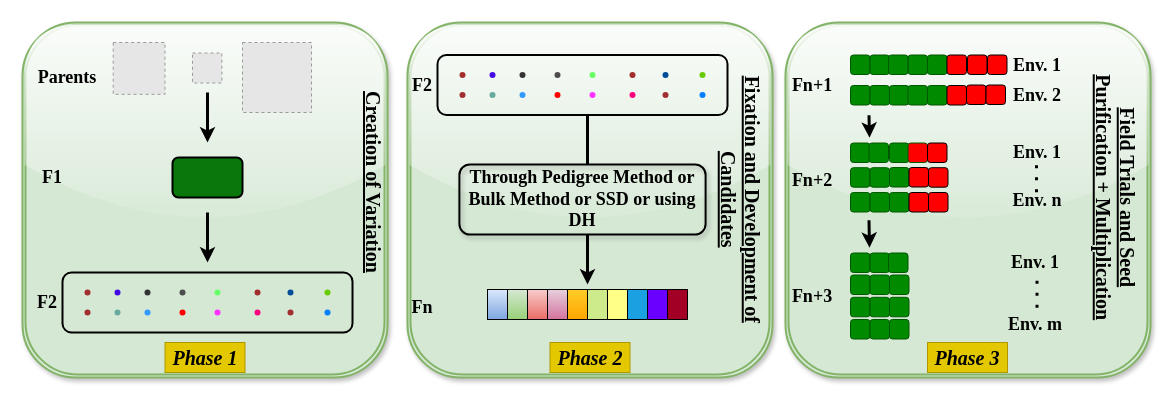
Before: vit_presentation.drawio in ravindra2859/Figure_Poster, a draw.io diagram. Source tidied: cells renumbered, new cells numbered last; positions are measured from the earlier drawing's top-left corner, leaving out a move shared by most shapes. Both pictures are drawn from the tidied source at 100%, with x=0, y=0 at pixel (22, 22). Pictures stored in the file or linked from it are replaced by grey dashed boxes.
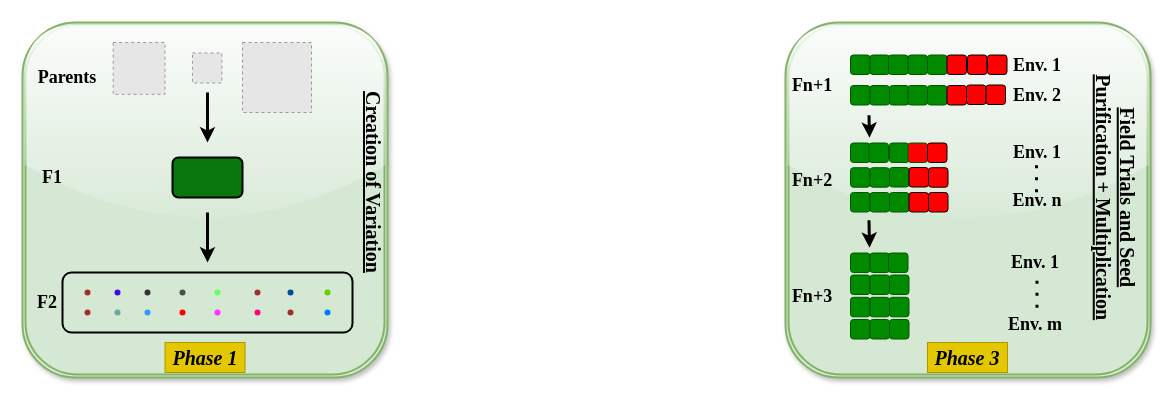
After the change.

Commit message:
phase2 moved to new impage in this same directory

What changed in the source:
```diff
@@
-    <mxCell id="31" style="shape=ext;double=1;rounded=1;whiteSpace=wrap;html=1;strokeWidth=2;strokeColor=#82b366;glass=1;fillColor=#d5e8d4;shadow=1;" parent="1" vertex="1">
-      <mxGeometry x="385" width="365" height="355" as="geometry" />
-    </mxCell>
-    <mxCell id="32" value="&lt;font style=&quot;font-size: 20px;&quot; face=&quot;Times New Roman&quot;&gt;&lt;b&gt;&lt;i&gt;Phase 2&lt;/i&gt;&lt;/b&gt;&lt;/font&gt;" style="text;html=1;strokeColor=#B09500;fillColor=#e3c800;align=center;verticalAlign=middle;whiteSpace=wrap;rounded=0;rotation=0;strokeWidth=1;fontColor=#000000;" parent="1" vertex="1">
-      <mxGeometry x="527.5" y="320" width="80" height="30" as="geometry" />
-    </mxCell>
-    <mxCell id="33" value="&lt;font style=&quot;font-size: 20px;&quot; face=&quot;Times New Roman&quot;&gt;&lt;b style=&quot;&quot;&gt;&lt;u&gt;Fixation and Development of Candidates&lt;/u&gt;&lt;/b&gt;&lt;/font&gt;" style="text;html=1;strokeColor=none;fillColor=none;align=center;verticalAlign=middle;whiteSpace=wrap;rounded=0;rotation=90;" parent="1" vertex="1">
-      <mxGeometry x="590" y="162" width="257.5" height="30" as="geometry" />
-    </mxCell>
-    <mxCell id="34" style="rounded=1;whiteSpace=wrap;html=1;strokeWidth=2;fillColor=none;strokeColor=#000000;" parent="1" vertex="1">
-      <mxGeometry x="415" y="32.5" width="290" height="60" as="geometry" />
-    </mxCell>
-    <mxCell id="35" style="shape=waypoint;sketch=0;fillStyle=solid;size=6;fillColor=none;perimeter=centerPerimeter;strokeColor=#a32e2e;" parent="1" vertex="1">
-      <mxGeometry x="430" y="42.5" width="20" height="20" as="geometry" />
-    </mxCell>
-    <mxCell id="36" style="shape=waypoint;sketch=0;fillStyle=solid;size=6;fillColor=none;perimeter=centerPerimeter;strokeColor=#440ae6;" parent="1" vertex="1">
-      <mxGeometry x="460" y="42.5" width="20" height="20" as="geometry" />
-    </mxCell>
-    <mxCell id="37" style="shape=waypoint;sketch=0;fillStyle=solid;size=6;fillColor=none;perimeter=centerPerimeter;strokeColor=#4D4D4D;" parent="1" vertex="1">
-      <mxGeometry x="525" y="42.5" width="20" height="20" as="geometry" />
-    </mxCell>
-    <mxCell id="38" style="shape=waypoint;sketch=0;fillStyle=solid;size=6;fillColor=none;perimeter=centerPerimeter;strokeColor=#66FF66;" parent="1" vertex="1">
-      <mxGeometry x="560" y="42.5" width="20" height="20" as="geometry" />
-    </mxCell>
-    <mxCell id="39" style="shape=waypoint;sketch=0;fillStyle=solid;size=6;fillColor=none;perimeter=centerPerimeter;strokeColor=#a32e2e;" parent="1" vertex="1">
-      <mxGeometry x="600" y="42.5" width="20" height="20" as="geometry" />
-    </mxCell>
-    <mxCell id="40" style="shape=waypoint;sketch=0;fillStyle=solid;size=6;fillColor=none;perimeter=centerPerimeter;strokeColor=#FF0000;" parent="1" vertex="1">
-      <mxGeometry x="525" y="62.5" width="20" height="20" as="geometry" />
-    </mxCell>
-    <mxCell id="41" style="shape=waypoint;sketch=0;fillStyle=solid;size=6;fillColor=none;perimeter=centerPerimeter;strokeColor=#66CC00;" parent="1" vertex="1">
-      <mxGeometry x="670" y="42.5" width="20" height="20" as="geometry" />
-    </mxCell>
-    <mxCell id="42" style="shape=waypoint;sketch=0;fillStyle=solid;size=6;fillColor=none;perimeter=centerPerimeter;strokeColor=#a32e2e;" parent="1" vertex="1">
-      <mxGeometry x="430" y="62.5" width="20" height="20" as="geometry" />
-    </mxCell>
-    <mxCell id="43" style="shape=waypoint;sketch=0;fillStyle=solid;size=6;fillColor=none;perimeter=centerPerimeter;strokeColor=#67AB9F;" parent="1" vertex="1">
-      <mxGeometry x="460" y="62.5" width="20" height="20" as="geometry" />
-    </mxCell>
-    <mxCell id="44" style="shape=waypoint;sketch=0;fillStyle=solid;size=6;fillColor=none;perimeter=centerPerimeter;strokeColor=#007FFF;" parent="1" vertex="1">
-      <mxGeometry x="670" y="62.5" width="20" height="20" as="geometry" />
-    </mxCell>
-    <mxCell id="45" style="shape=waypoint;sketch=0;fillStyle=solid;size=6;fillColor=none;perimeter=centerPerimeter;strokeColor=#333333;" parent="1" vertex="1">
-      <mxGeometry x="490" y="42.5" width="20" height="20" as="geometry" />
-    </mxCell>
-    <mxCell id="46" style="shape=waypoint;sketch=0;fillStyle=solid;size=6;fillColor=none;perimeter=centerPerimeter;strokeColor=#a32e2e;" parent="1" vertex="1">
-      <mxGeometry x="633" y="62.5" width="20" height="20" as="geometry" />
-    </mxCell>
-    <mxCell id="47" style="shape=waypoint;sketch=0;fillStyle=solid;size=6;fillColor=none;perimeter=centerPerimeter;strokeColor=#FF0080;" parent="1" vertex="1">
-      <mxGeometry x="600" y="62.5" width="20" height="20" as="geometry" />
-    </mxCell>
-    <mxCell id="48" style="shape=waypoint;sketch=0;fillStyle=solid;size=6;fillColor=none;perimeter=centerPerimeter;strokeColor=#FF33FF;" parent="1" vertex="1">
-      <mxGeometry x="560" y="62.5" width="20" height="20" as="geometry" />
-    </mxCell>
-    <mxCell id="49" style="shape=waypoint;sketch=0;fillStyle=solid;size=6;fillColor=none;perimeter=centerPerimeter;strokeColor=#004C99;" parent="1" vertex="1">
-      <mxGeometry x="633" y="42.5" width="20" height="20" as="geometry" />
-    </mxCell>
-    <mxCell id="50" style="shape=waypoint;sketch=0;fillStyle=solid;size=6;fillColor=none;perimeter=centerPerimeter;strokeColor=#3399FF;" parent="1" vertex="1">
-      <mxGeometry x="490" y="62.5" width="20" height="20" as="geometry" />
-    </mxCell>
-    <mxCell id="51" value="&lt;font style=&quot;font-size: 18px;&quot; face=&quot;Times New Roman&quot;&gt;&lt;b&gt;Through Pedigree Method or Bulk Method or SSD or using DH&lt;/b&gt;&lt;/font&gt;" style="text;html=1;align=center;verticalAlign=middle;whiteSpace=wrap;rounded=1;fillColor=none;strokeColor=default;strokeWidth=2;glass=0;shadow=1;" parent="1" vertex="1">
-      <mxGeometry x="436.9" y="142" width="246.2" height="70" as="geometry" />
-    </mxCell>
-    <mxCell id="52" style="rounded=0;whiteSpace=wrap;html=1;fillColor=#dae8fc;gradientColor=#7ea6e0;strokeColor=#000000;" parent="1" vertex="1">
-      <mxGeometry x="465" y="267" width="20" height="30" as="geometry" />
-    </mxCell>
-    <mxCell id="53" style="rounded=0;whiteSpace=wrap;html=1;fillColor=#d5e8d4;gradientColor=#97d077;strokeColor=#000000;" parent="1" vertex="1">
-      <mxGeometry x="485" y="267" width="20" height="30" as="geometry" />
-    </mxCell>
-    <mxCell id="54" style="rounded=0;whiteSpace=wrap;html=1;fillColor=#f8cecc;gradientColor=#ea6b66;strokeColor=#000000;" parent="1" vertex="1">
-      <mxGeometry x="505" y="267" width="20" height="30" as="geometry" />
-    </mxCell>
-    <mxCell id="55" style="rounded=0;whiteSpace=wrap;html=1;fillColor=#e6d0de;gradientColor=#d5739d;strokeColor=#000000;" parent="1" vertex="1">
-      <mxGeometry x="525" y="267" width="20" height="30" as="geometry" />
-    </mxCell>
-    <mxCell id="56" style="rounded=0;whiteSpace=wrap;html=1;fillColor=#ffcd28;gradientColor=#ffa500;strokeColor=#000000;" parent="1" vertex="1">
-      <mxGeometry x="545" y="267" width="20" height="30" as="geometry" />
-    </mxCell>
-    <mxCell id="57" style="rounded=0;whiteSpace=wrap;html=1;fillColor=#cdeb8b;strokeColor=#000000;" parent="1" vertex="1">
-      <mxGeometry x="565" y="267" width="20" height="30" as="geometry" />
-    </mxCell>
-    <mxCell id="58" style="rounded=0;whiteSpace=wrap;html=1;fillColor=#ffff88;strokeColor=#000000;" parent="1" vertex="1">
-      <mxGeometry x="585" y="267" width="20" height="30" as="geometry" />
-    </mxCell>
-    <mxCell id="59" style="rounded=0;whiteSpace=wrap;html=1;fillColor=#1ba1e2;fontColor=#ffffff;strokeColor=#000000;" parent="1" vertex="1">
-      <mxGeometry x="605" y="267" width="20" height="30" as="geometry" />
-    </mxCell>
-    <mxCell id="60" style="rounded=0;whiteSpace=wrap;html=1;fillColor=#6a00ff;fontColor=#ffffff;strokeColor=#000000;" parent="1" vertex="1">
-      <mxGeometry x="625" y="267" width="20" height="30" as="geometry" />
-    </mxCell>
-    <mxCell id="61" style="rounded=0;whiteSpace=wrap;html=1;fillColor=#a20025;fontColor=#ffffff;strokeColor=#000000;" parent="1" vertex="1">
-      <mxGeometry x="645" y="267" width="20" height="30" as="geometry" />
-    </mxCell>
-    <mxCell id="62" value="&lt;font style=&quot;font-size: 18px;&quot; face=&quot;Times New Roman&quot;&gt;&lt;b&gt;F2&lt;/b&gt;&lt;/font&gt;" style="text;html=1;strokeColor=none;fillColor=none;align=center;verticalAlign=middle;whiteSpace=wrap;rounded=0;" parent="1" vertex="1">
-      <mxGeometry x="385" y="50" width="30" height="25" as="geometry" />
-    </mxCell>
-    <mxCell id="63" value="&lt;font style=&quot;font-size: 18px;&quot; face=&quot;Times New Roman&quot;&gt;&lt;b&gt;Fn&lt;/b&gt;&lt;/font&gt;" style="text;html=1;strokeColor=none;fillColor=none;align=center;verticalAlign=middle;whiteSpace=wrap;rounded=0;" parent="1" vertex="1">
-      <mxGeometry x="385" y="272" width="30" height="25" as="geometry" />
-    </mxCell>
-    <mxCell id="64" style="endArrow=none;html=1;rounded=0;strokeWidth=3;" parent="1" edge="1">
-      <mxGeometry relative="1" as="geometry">
-        <mxPoint x="565" y="142" as="sourcePoint" />
-        <mxPoint x="565" y="92" as="targetPoint" />
-      </mxGeometry>
-    </mxCell>
-    <mxCell id="65" style="endArrow=classic;html=1;rounded=0;strokeWidth=3;" parent="1" edge="1">
-      <mxGeometry relative="1" as="geometry">
-        <mxPoint x="565" y="212" as="sourcePoint" />
-        <mxPoint x="565" y="262" as="targetPoint" />
-      </mxGeometry>
-    </mxCell>
```
